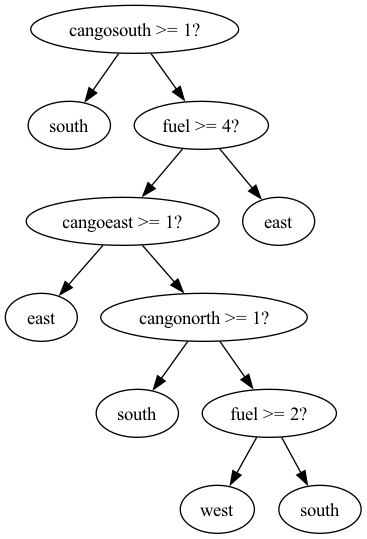
Before: pictures/tree.png, a diagram exported from Graphviz (linusheck/molehill). Its source is kept beside it as pictures/tree.dot.
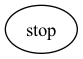
Above is the later version.

The edit, as a diff of the source:
```diff
@@ -1,23 +1,3 @@
 digraph tree {
-    "0x0" [label="cangosouth >= 1?"];
-    "0x1" [label="south"];
-    "0x2" [label="fuel >= 4?"];
-    "0x3" [label="cangoeast >= 1?"];
-    "0x4" [label="east"];
-    "0x5" [label="cangonorth >= 1?"];
-    "0x6" [label="south"];
-    "0x7" [label="fuel >= 2?"];
-    "0x8" [label="west"];
-    "0x9" [label="south"];
-    "0xa" [label="east"];
-    "0x0" -> "0x1";
-    "0x0" -> "0x2";
-    "0x2" -> "0x3";
-    "0x2" -> "0xa";
-    "0x3" -> "0x4";
-    "0x3" -> "0x5";
-    "0x5" -> "0x6";
-    "0x5" -> "0x7";
-    "0x7" -> "0x8";
-    "0x7" -> "0x9";
+    "0x0" [label="stop"];
 }
```
